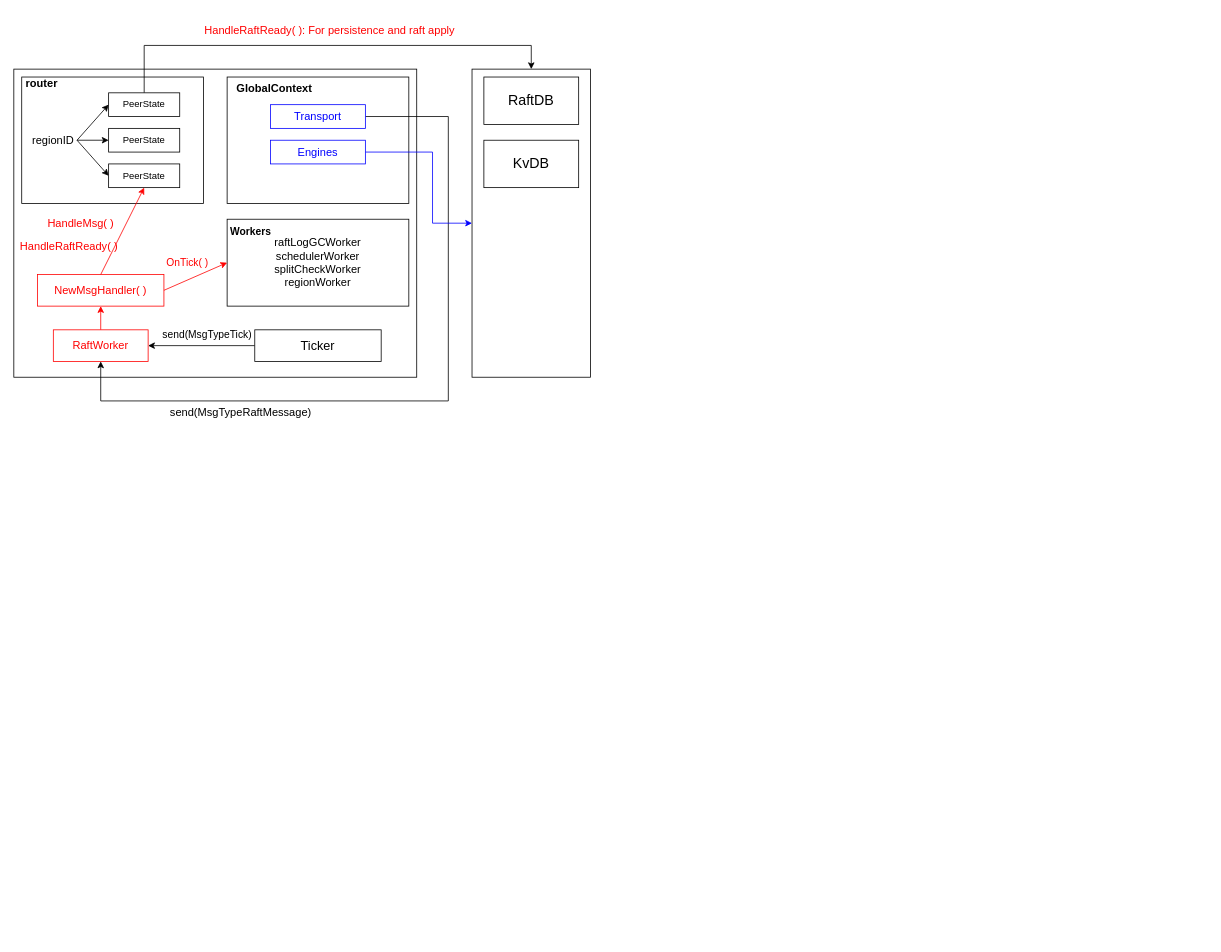
Above: Untitled Diagram.drawio in Holworth/DrawIO (draw.io), before the change. Source tidied: cells renumbered, new cells numbered last; positions are measured from the earlier drawing's top-left corner, leaving out a move shared by most shapes. Both pictures are drawn from the tidied source at 79%, with x=0, y=0 at pixel (13, 13).
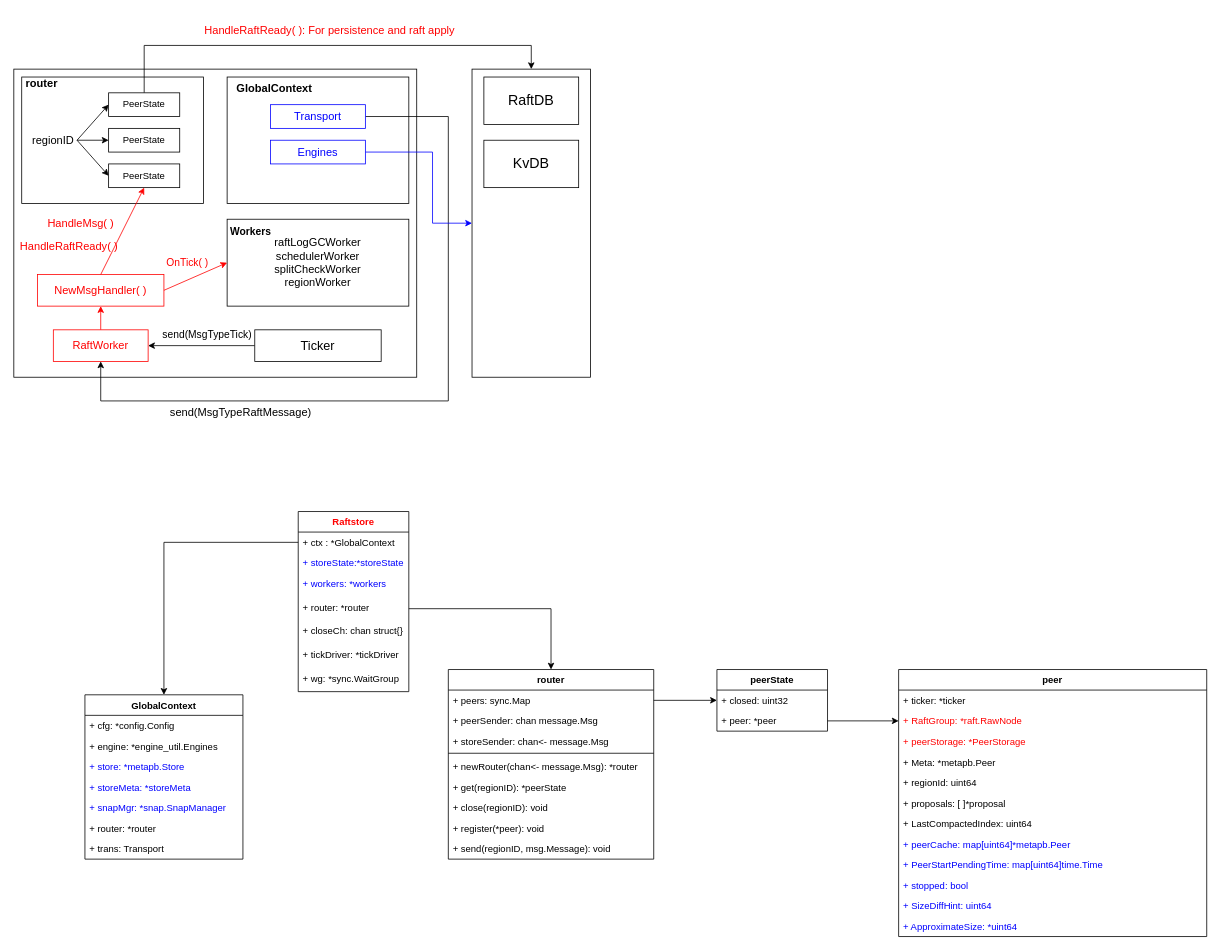
The same diagram, later.

What changed in the source:
```diff
@@
+    <mxCell id="37" value="Raftstore" style="swimlane;fontStyle=1;horizontal=1;startSize=26;fillColor=none;fontColor=#FF0000;" parent="1" vertex="1">
+      <mxGeometry x="360" y="630" width="140" height="228" as="geometry" />
+    </mxCell>
+    <mxCell id="38" value="+ ctx : *GlobalContext" style="text;strokeColor=none;fillColor=none;align=left;verticalAlign=top;spacingLeft=4;spacingRight=4;overflow=hidden;points=[[0,0.5],[1,0.5]];portConstraint=eastwest;" parent="37" vertex="1">
+      <mxGeometry y="26" width="140" height="26" as="geometry" />
+    </mxCell>
+    <mxCell id="39" value="+ storeState:*storeState" style="text;strokeColor=none;fillColor=none;align=left;verticalAlign=top;spacingLeft=4;spacingRight=4;overflow=hidden;fontColor=#0000FF;" parent="37" vertex="1">
+      <mxGeometry y="52" width="140" height="26" as="geometry" />
+    </mxCell>
+    <mxCell id="40" value="+ workers: *workers" style="text;strokeColor=none;fillColor=none;align=left;verticalAlign=top;spacingLeft=4;spacingRight=4;overflow=hidden;fontColor=#0000FF;" parent="37" vertex="1">
+      <mxGeometry y="78" width="140" height="30" as="geometry" />
+    </mxCell>
+    <mxCell id="41" value="+ router: *router" style="text;strokeColor=none;fillColor=none;align=left;verticalAlign=top;spacingLeft=4;spacingRight=4;overflow=hidden;points=[[0,0.5],[1,0.5]];portConstraint=eastwest;" parent="37" vertex="1">
+      <mxGeometry y="108" width="140" height="30" as="geometry" />
+    </mxCell>
+    <mxCell id="42" value="+ closeCh: chan struct{}" style="text;strokeColor=none;fillColor=none;align=left;verticalAlign=top;spacingLeft=4;spacingRight=4;overflow=hidden;" parent="37" vertex="1">
+      <mxGeometry y="138" width="140" height="30" as="geometry" />
+    </mxCell>
+    <mxCell id="43" value="+ tickDriver: *tickDriver" style="text;strokeColor=none;fillColor=none;align=left;verticalAlign=top;spacingLeft=4;spacingRight=4;overflow=hidden;" parent="37" vertex="1">
+      <mxGeometry y="168" width="140" height="30" as="geometry" />
+    </mxCell>
+    <mxCell id="44" value="+ wg: *sync.WaitGroup" style="text;strokeColor=none;fillColor=none;align=left;verticalAlign=top;spacingLeft=4;spacingRight=4;overflow=hidden;" parent="37" vertex="1">
+      <mxGeometry y="198" width="140" height="30" as="geometry" />
+    </mxCell>
+    <mxCell id="45" value="router" style="swimlane;fontStyle=1;align=center;verticalAlign=top;horizontal=1;startSize=26;" parent="1" vertex="1">
+      <mxGeometry x="550" y="830" width="260" height="240" as="geometry" />
+    </mxCell>
+    <mxCell id="46" value="+ peers: sync.Map" style="text;strokeColor=none;fillColor=none;align=left;verticalAlign=top;spacingLeft=4;spacingRight=4;overflow=hidden;points=[[0,0.5],[1,0.5]];portConstraint=eastwest;" parent="45" vertex="1">
+      <mxGeometry y="26" width="260" height="26" as="geometry" />
+    </mxCell>
+    <mxCell id="47" value="+ peerSender: chan message.Msg" style="text;strokeColor=none;fillColor=none;align=left;verticalAlign=top;spacingLeft=4;spacingRight=4;overflow=hidden;" parent="45" vertex="1">
+      <mxGeometry y="52" width="260" height="26" as="geometry" />
+    </mxCell>
+    <mxCell id="48" value="+ storeSender: chan&lt;- message.Msg" style="text;strokeColor=none;fillColor=none;align=left;verticalAlign=top;spacingLeft=4;spacingRight=4;overflow=hidden;" parent="45" vertex="1">
+      <mxGeometry y="78" width="260" height="24" as="geometry" />
+    </mxCell>
+    <mxCell id="49" style="line;strokeWidth=1;fillColor=none;align=left;verticalAlign=middle;spacingTop=-1;spacingLeft=3;spacingRight=3;labelPosition=right;" parent="45" vertex="1">
+      <mxGeometry y="102" width="260" height="8" as="geometry" />
+    </mxCell>
+    <mxCell id="50" value="+ newRouter(chan&lt;- message.Msg): *router" style="text;strokeColor=none;fillColor=none;align=left;verticalAlign=top;spacingLeft=4;spacingRight=4;overflow=hidden;" parent="45" vertex="1">
+      <mxGeometry y="110" width="260" height="26" as="geometry" />
+    </mxCell>
+    <mxCell id="51" value="+ get(regionID): *peerState" style="text;strokeColor=none;fillColor=none;align=left;verticalAlign=top;spacingLeft=4;spacingRight=4;overflow=hidden;" parent="45" vertex="1">
+      <mxGeometry y="136" width="260" height="26" as="geometry" />
+    </mxCell>
+    <mxCell id="52" value="+ close(regionID): void" style="text;strokeColor=none;fillColor=none;align=left;verticalAlign=top;spacingLeft=4;spacingRight=4;overflow=hidden;" parent="45" vertex="1">
+      <mxGeometry y="162" width="260" height="26" as="geometry" />
+    </mxCell>
+    <mxCell id="53" value="+ register(*peer): void" style="text;strokeColor=none;fillColor=none;align=left;verticalAlign=top;spacingLeft=4;spacingRight=4;overflow=hidden;" parent="45" vertex="1">
+      <mxGeometry y="188" width="260" height="26" as="geometry" />
+    </mxCell>
+    <mxCell id="54" value="+ send(regionID, msg.Message): void" style="text;strokeColor=none;fillColor=none;align=left;verticalAlign=top;spacingLeft=4;spacingRight=4;overflow=hidden;" parent="45" vertex="1">
+      <mxGeometry y="214" width="260" height="26" as="geometry" />
+    </mxCell>
+    <mxCell id="55" value="GlobalContext" style="swimlane;fontStyle=1;horizontal=1;startSize=26;fillColor=none;" parent="1" vertex="1">
+      <mxGeometry x="90" y="862" width="200" height="208" as="geometry" />
+    </mxCell>
+    <mxCell id="56" value="+ cfg: *config.Config" style="text;strokeColor=none;fillColor=none;align=left;verticalAlign=top;spacingLeft=4;spacingRight=4;overflow=hidden;" parent="55" vertex="1">
+      <mxGeometry y="26" width="200" height="26" as="geometry" />
+    </mxCell>
+    <mxCell id="57" value="+ engine: *engine_util.Engines" style="text;strokeColor=none;fillColor=none;align=left;verticalAlign=top;spacingLeft=4;spacingRight=4;overflow=hidden;" parent="55" vertex="1">
+      <mxGeometry y="52" width="200" height="26" as="geometry" />
+    </mxCell>
+    <mxCell id="58" value="+ store: *metapb.Store" style="text;strokeColor=none;fillColor=none;align=left;verticalAlign=top;spacingLeft=4;spacingRight=4;overflow=hidden;fontColor=#0000FF;" parent="55" vertex="1">
+      <mxGeometry y="78" width="200" height="26" as="geometry" />
+    </mxCell>
+    <mxCell id="59" value="+ storeMeta: *storeMeta" style="text;strokeColor=none;fillColor=none;align=left;verticalAlign=top;spacingLeft=4;spacingRight=4;overflow=hidden;fontColor=#0000FF;" parent="55" vertex="1">
+      <mxGeometry y="104" width="200" height="26" as="geometry" />
+    </mxCell>
+    <mxCell id="60" value="+ snapMgr: *snap.SnapManager" style="text;strokeColor=none;fillColor=none;align=left;verticalAlign=top;spacingLeft=4;spacingRight=4;overflow=hidden;fontColor=#0000FF;" parent="55" vertex="1">
+      <mxGeometry y="130" width="200" height="26" as="geometry" />
+    </mxCell>
+    <mxCell id="61" value="+ router: *router" style="text;strokeColor=none;fillColor=none;align=left;verticalAlign=top;spacingLeft=4;spacingRight=4;overflow=hidden;" parent="55" vertex="1">
+      <mxGeometry y="156" width="200" height="26" as="geometry" />
+    </mxCell>
+    <mxCell id="62" value="+ trans: Transport" style="text;strokeColor=none;fillColor=none;align=left;verticalAlign=top;spacingLeft=4;spacingRight=4;overflow=hidden;" parent="55" vertex="1">
+      <mxGeometry y="182" width="200" height="26" as="geometry" />
+    </mxCell>
+    <mxCell id="63" style="edgeStyle=orthogonalEdgeStyle;rounded=0;jettySize=auto;html=1;entryX=0.5;entryY=0;entryDx=0;entryDy=0;" parent="1" edge="1" source="38" target="55">
+      <mxGeometry relative="1" as="geometry" />
+    </mxCell>
+    <mxCell id="64" style="edgeStyle=orthogonalEdgeStyle;rounded=0;jettySize=auto;html=1;" parent="1" edge="1" source="41" target="45">
+      <mxGeometry relative="1" as="geometry" />
+    </mxCell>
+    <mxCell id="65" value="peerState" style="swimlane;fontStyle=1;horizontal=1;startSize=26;fillColor=none;fontColor=#000000;" parent="1" vertex="1">
+      <mxGeometry x="890" y="830" width="140" height="78" as="geometry" />
+    </mxCell>
+    <mxCell id="66" value="+ closed: uint32" style="text;strokeColor=none;fillColor=none;align=left;verticalAlign=top;spacingLeft=4;spacingRight=4;overflow=hidden;points=[[0,0.5],[1,0.5]];portConstraint=eastwest;fontColor=#000000;" parent="65" vertex="1">
+      <mxGeometry y="26" width="140" height="26" as="geometry" />
+    </mxCell>
+    <mxCell id="67" value="+ peer: *peer" style="text;strokeColor=none;fillColor=none;align=left;verticalAlign=top;spacingLeft=4;spacingRight=4;overflow=hidden;points=[[0,0.5],[1,0.5]];portConstraint=eastwest;fontColor=#000000;" parent="65" vertex="1">
+      <mxGeometry y="52" width="140" height="26" as="geometry" />
+    </mxCell>
+    <mxCell id="68" style="edgeStyle=orthogonalEdgeStyle;rounded=0;jettySize=auto;html=1;entryX=0;entryY=0.5;entryDx=0;entryDy=0;fontColor=#000000;" parent="1" edge="1" source="46" target="66">
+      <mxGeometry relative="1" as="geometry" />
+    </mxCell>
+    <mxCell id="69" value="peer" style="swimlane;fontStyle=1;horizontal=1;startSize=26;fillColor=none;fontColor=#000000;" parent="1" vertex="1">
+      <mxGeometry x="1120" y="830" width="390" height="338" as="geometry" />
+    </mxCell>
+    <mxCell id="70" value="+ ticker: *ticker" style="text;strokeColor=none;fillColor=none;align=left;verticalAlign=top;spacingLeft=4;spacingRight=4;overflow=hidden;fontColor=#000000;" parent="69" vertex="1">
+      <mxGeometry y="26" width="390" height="26" as="geometry" />
+    </mxCell>
+    <mxCell id="71" value="+ RaftGroup: *raft.RawNode" style="text;strokeColor=none;fillColor=none;align=left;verticalAlign=top;spacingLeft=4;spacingRight=4;overflow=hidden;points=[[0,0.5],[1,0.5]];portConstraint=eastwest;fontColor=#FF0000;" parent="69" vertex="1">
+      <mxGeometry y="52" width="390" height="26" as="geometry" />
+    </mxCell>
+    <mxCell id="72" value="+ peerStorage: *PeerStorage" style="text;strokeColor=none;fillColor=none;align=left;verticalAlign=top;spacingLeft=4;spacingRight=4;overflow=hidden;fontColor=#FF0000;" parent="69" vertex="1">
+      <mxGeometry y="78" width="390" height="26" as="geometry" />
+    </mxCell>
+    <mxCell id="73" value="+ Meta: *metapb.Peer" style="text;strokeColor=none;fillColor=none;align=left;verticalAlign=top;spacingLeft=4;spacingRight=4;overflow=hidden;fontColor=#000000;" parent="69" vertex="1">
+      <mxGeometry y="104" width="390" height="26" as="geometry" />
+    </mxCell>
+    <mxCell id="74" value="+ regionId: uint64" style="text;strokeColor=none;fillColor=none;align=left;verticalAlign=top;spacingLeft=4;spacingRight=4;overflow=hidden;fontColor=#000000;" parent="69" vertex="1">
+      <mxGeometry y="130" width="390" height="26" as="geometry" />
+    </mxCell>
+    <mxCell id="75" value="+ proposals: [ ]*proposal" style="text;strokeColor=none;fillColor=none;align=left;verticalAlign=top;spacingLeft=4;spacingRight=4;overflow=hidden;fontColor=#000000;" parent="69" vertex="1">
+      <mxGeometry y="156" width="390" height="26" as="geometry" />
+    </mxCell>
+    <mxCell id="76" value="+ LastCompactedIndex: uint64" style="text;strokeColor=none;fillColor=none;align=left;verticalAlign=top;spacingLeft=4;spacingRight=4;overflow=hidden;fontColor=#000000;" parent="69" vertex="1">
+      <mxGeometry y="182" width="390" height="26" as="geometry" />
+    </mxCell>
+    <mxCell id="77" value="+ peerCache: map[uint64]*metapb.Peer" style="text;strokeColor=none;fillColor=none;align=left;verticalAlign=top;spacingLeft=4;spacingRight=4;overflow=hidden;fontColor=#0000FF;" parent="69" vertex="1">
+      <mxGeometry y="208" width="390" height="26" as="geometry" />
+    </mxCell>
+    <mxCell id="78" value="+ PeerStartPendingTime: map[uint64]time.Time" style="text;strokeColor=none;fillColor=none;align=left;verticalAlign=top;spacingLeft=4;spacingRight=4;overflow=hidden;fontColor=#0000FF;" parent="69" vertex="1">
+      <mxGeometry y="234" width="390" height="26" as="geometry" />
+    </mxCell>
+    <mxCell id="79" value="+ stopped: bool" style="text;strokeColor=none;fillColor=none;align=left;verticalAlign=top;spacingLeft=4;spacingRight=4;overflow=hidden;fontColor=#0000FF;" parent="69" vertex="1">
+      <mxGeometry y="260" width="390" height="26" as="geometry" />
+    </mxCell>
+    <mxCell id="80" value="+ SizeDiffHint: uint64" style="text;strokeColor=none;fillColor=none;align=left;verticalAlign=top;spacingLeft=4;spacingRight=4;overflow=hidden;fontColor=#0000FF;" parent="69" vertex="1">
+      <mxGeometry y="286" width="390" height="26" as="geometry" />
+    </mxCell>
+    <mxCell id="81" value="+ ApproximateSize: *uint64" style="text;strokeColor=none;fillColor=none;align=left;verticalAlign=top;spacingLeft=4;spacingRight=4;overflow=hidden;fontColor=#0000FF;" parent="69" vertex="1">
+      <mxGeometry y="312" width="390" height="26" as="geometry" />
+    </mxCell>
+    <mxCell id="82" style="edgeStyle=orthogonalEdgeStyle;rounded=0;jettySize=auto;html=1;entryX=0;entryY=0.5;entryDx=0;entryDy=0;fontColor=#000000;" parent="1" edge="1" source="67" target="71">
+      <mxGeometry relative="1" as="geometry" />
+    </mxCell>
```
